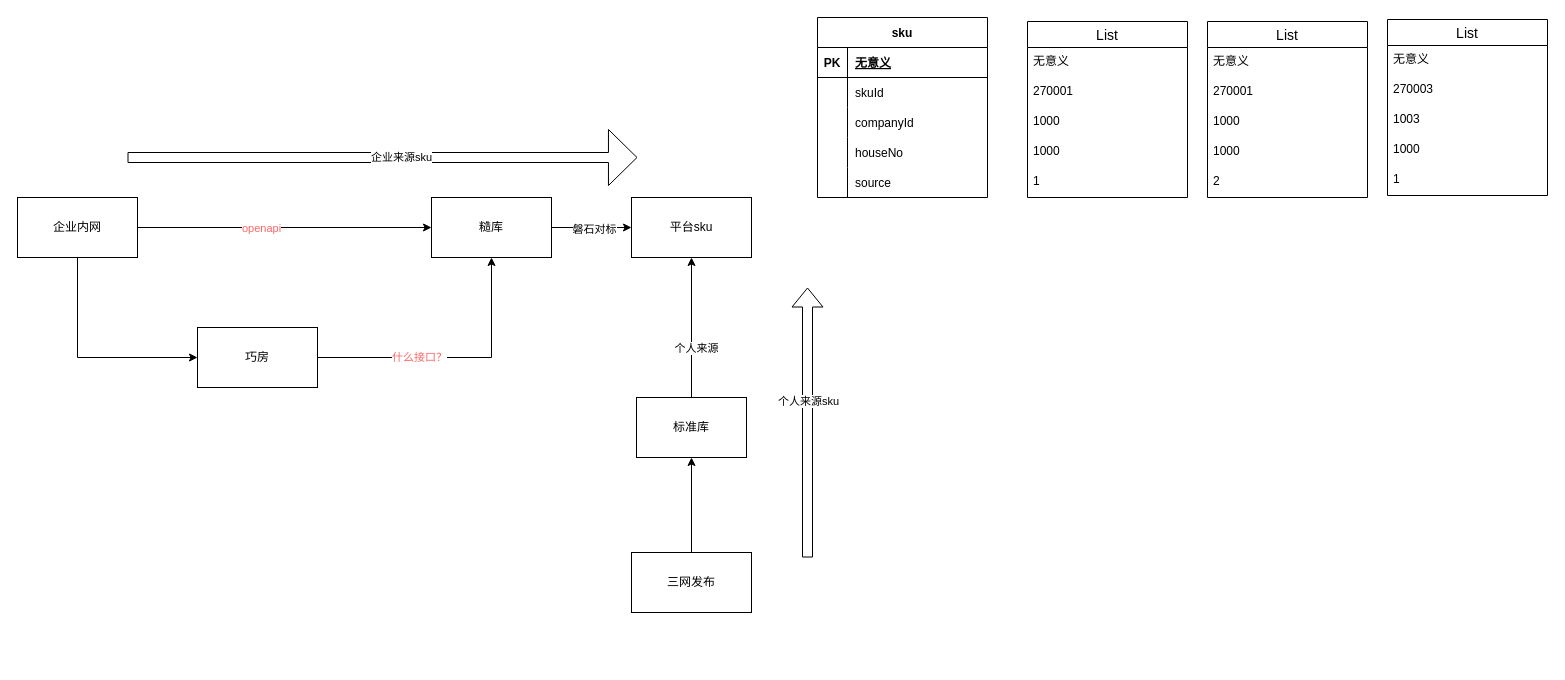
The draw.io diagram sku数据同步.drawio in guyukou/drawio, before the edit. Source tidied: cells renumbered, new cells numbered last; positions are measured from the earlier drawing's top-left corner, leaving out a move shared by most shapes. Both pictures are drawn from the tidied source at 100%, with x=0, y=0 at pixel (17, 17).
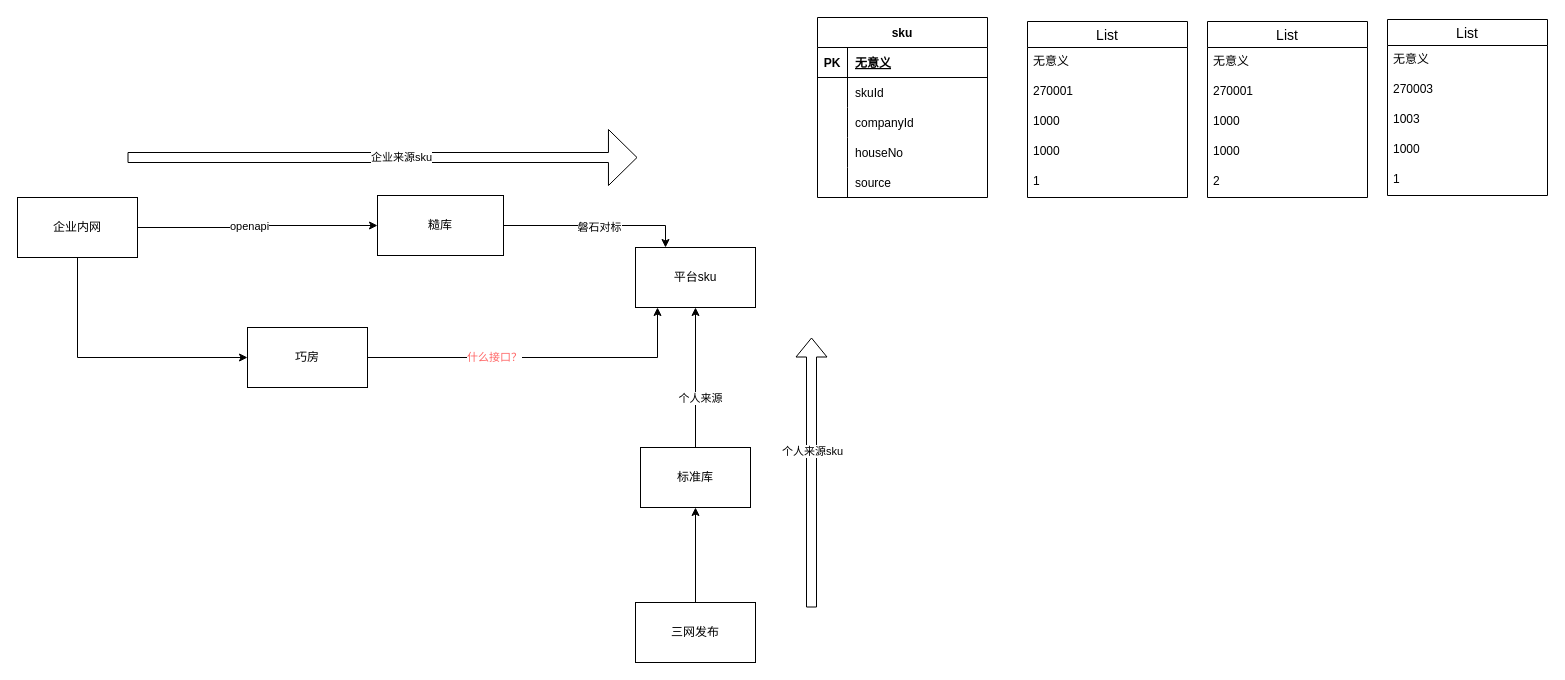
Above is the later version.

Unchanged cells that the change refers to:
```xml
<mxCell id="9" value="企业内网" style="rounded=0;whiteSpace=wrap;html=1;" parent="1" vertex="1">
  <mxGeometry y="180" width="120" height="60" as="geometry" />
</mxCell>
```

Diff of the diagram source:
```diff
@@
     <mxCell id="2" value="平台sku" style="rounded=0;whiteSpace=wrap;html=1;" parent="1" vertex="1">
-      <mxGeometry x="614" y="180" width="120" height="60" as="geometry" />
+      <mxGeometry x="618" y="230" width="120" height="60" as="geometry" />
     </mxCell>
-    <mxCell id="3" style="edgeStyle=orthogonalEdgeStyle;rounded=0;jettySize=auto;html=1;exitX=1;exitY=0.5;exitDx=0;exitDy=0;entryX=0;entryY=0.5;entryDx=0;entryDy=0;fontColor=#FF6666;" parent="1" edge="1" source="5" target="2">
+    <mxCell id="3" style="edgeStyle=orthogonalEdgeStyle;rounded=0;jettySize=auto;html=1;entryX=0.25;entryY=0;entryDx=0;entryDy=0;fontColor=#000000;" parent="1" edge="1" source="5" target="2">
       <mxGeometry relative="1" as="geometry" />
     </mxCell>
     <mxCell id="4" value="磐石对标" style="edgeLabel;html=1;align=center;verticalAlign=middle;fontColor=#000000;" parent="3" vertex="1">
-      <mxGeometry x="0.05" y="-1" relative="1" as="geometry" />
+      <mxGeometry x="0.03" y="-1" relative="1" as="geometry" />
     </mxCell>
     <mxCell id="5" value="糙库" style="rounded=0;whiteSpace=wrap;html=1;" parent="1" vertex="1">
-      <mxGeometry x="414" y="180" width="120" height="60" as="geometry" />
+      <mxGeometry x="360" y="178" width="126" height="60" as="geometry" />
     </mxCell>
@@
-    <mxCell id="7" style="edgeStyle=orthogonalEdgeStyle;rounded=0;jettySize=auto;html=1;exitX=1;exitY=0.5;exitDx=0;exitDy=0;entryX=0;entryY=0.5;entryDx=0;entryDy=0;" parent="1" edge="1" source="9" target="5">
-      <mxGeometry relative="1" as="geometry">
-        <Array as="points">
-          <mxPoint x="410" y="210" />
-          <mxPoint x="410" y="210" />
-        </Array>
-      </mxGeometry>
+    <mxCell id="7" style="edgeStyle=orthogonalEdgeStyle;rounded=0;jettySize=auto;html=1;exitX=1;exitY=0.5;exitDx=0;exitDy=0;entryX=0;entryY=0.5;entryDx=0;entryDy=0;fontColor=#000000;" parent="1" edge="1" source="9" target="5">
+      <mxGeometry relative="1" as="geometry" />
     </mxCell>
-    <mxCell id="8" value="&lt;font color=&quot;#ff6666&quot;&gt;openapi&lt;/font&gt;" style="edgeLabel;html=1;align=center;verticalAlign=middle;" parent="7" vertex="1">
-      <mxGeometry x="-0.16" relative="1" as="geometry" />
+    <mxCell id="8" value="openapi" style="edgeLabel;html=1;align=center;verticalAlign=middle;fontColor=#000000;" parent="7" vertex="1">
+      <mxGeometry x="0.17" y="-3" relative="1" as="geometry">
+        <mxPoint x="-29" y="-3" as="offset" />
+      </mxGeometry>
     </mxCell>
@@
-    <mxCell id="10" style="edgeStyle=orthogonalEdgeStyle;rounded=0;jettySize=auto;html=1;exitX=1;exitY=0.5;exitDx=0;exitDy=0;entryX=0.5;entryY=1;entryDx=0;entryDy=0;" parent="1" edge="1" source="12" target="5">
-      <mxGeometry relative="1" as="geometry" />
+    <mxCell id="10" style="edgeStyle=orthogonalEdgeStyle;rounded=0;jettySize=auto;html=1;exitX=1;exitY=0.5;exitDx=0;exitDy=0;" parent="1" edge="1" source="12">
+      <mxGeometry relative="1" as="geometry">
+        <mxPoint x="640" y="290" as="targetPoint" />
+        <Array as="points">
+          <mxPoint x="640" y="340" />
+        </Array>
+      </mxGeometry>
     </mxCell>
@@
     <mxCell id="12" value="巧房" style="rounded=0;whiteSpace=wrap;html=1;" parent="1" vertex="1">
-      <mxGeometry x="180" y="310" width="120" height="60" as="geometry" />
+      <mxGeometry x="230" y="310" width="120" height="60" as="geometry" />
     </mxCell>
@@
     <mxCell id="15" value="标准库" style="rounded=0;whiteSpace=wrap;html=1;fontColor=#000000;" parent="1" vertex="1">
-      <mxGeometry x="619" y="380" width="110" height="60" as="geometry" />
+      <mxGeometry x="623" y="430" width="110" height="60" as="geometry" />
     </mxCell>
@@
     <mxCell id="19" value="三网发布" style="rounded=0;whiteSpace=wrap;html=1;fontColor=#000000;" parent="1" vertex="1">
-      <mxGeometry x="614" y="535" width="120" height="60" as="geometry" />
+      <mxGeometry x="618" y="585" width="120" height="60" as="geometry" />
     </mxCell>
     <mxCell id="20" style="shape=flexArrow;endArrow=classic;html=1;rounded=0;fontColor=#000000;" parent="1" edge="1">
       <mxGeometry relative="1" as="geometry">
-        <mxPoint x="790" y="540" as="sourcePoint" />
-        <mxPoint x="790" y="270" as="targetPoint" />
+        <mxPoint x="794" y="590" as="sourcePoint" />
+        <mxPoint x="794" y="320" as="targetPoint" />
       </mxGeometry>
     </mxCell>
```
